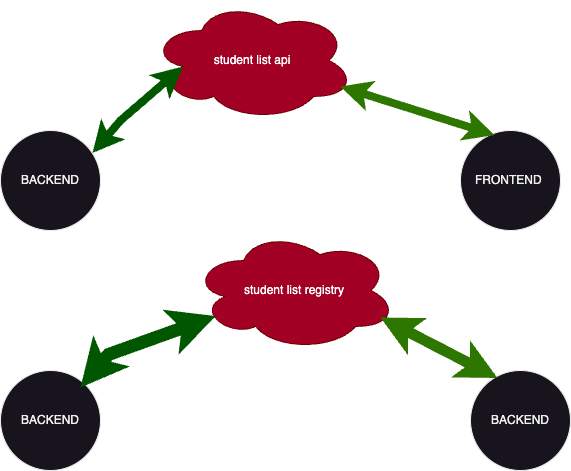
This is diagramme_infrastructure.png from MousMaster/Docker, a draw.io export, as it was before one commit. Source tidied: cells renumbered, new cells last; positions are measured from the earlier drawing's top-left corner, leaving out a move shared by most shapes.
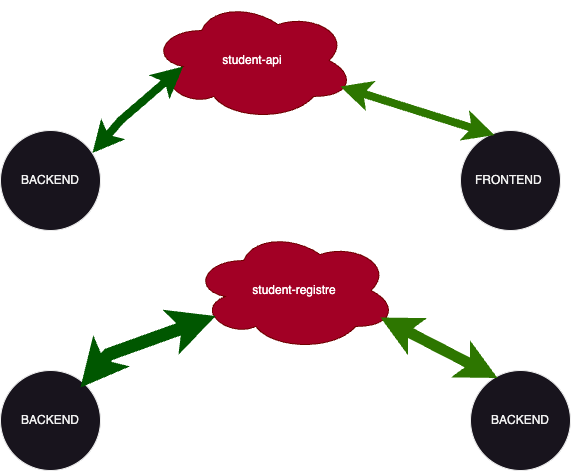
After the change.

The edit, as a diff of the source:
```diff
@@ -8,7 +8,7 @@
     <mxCell id="3" value="FRONTEND&amp;nbsp;&lt;br&gt;" style="ellipse;whiteSpace=wrap;html=1;" parent="1" vertex="1">
       <mxGeometry x="460" y="130" width="100" height="100" as="geometry" />
     </mxCell>
-    <mxCell id="4" value="student list api" style="ellipse;shape=cloud;whiteSpace=wrap;html=1;fillColor=#a20025;fontColor=#ffffff;strokeColor=#6F0000;" parent="1" vertex="1">
+    <mxCell id="4" value="student-api" style="ellipse;shape=cloud;whiteSpace=wrap;html=1;fillColor=#a20025;fontColor=#ffffff;strokeColor=#6F0000;" parent="1" vertex="1">
       <mxGeometry x="150" width="204" height="120" as="geometry" />
     </mxCell>
     <mxCell id="5" style="endArrow=classic;startArrow=classic;html=1;rounded=0;entryX=0.16;entryY=0.55;entryDx=0;entryDy=0;entryPerimeter=0;exitX=0.92;exitY=0.225;exitDx=0;exitDy=0;exitPerimeter=0;fillColor=#008a00;strokeColor=#005700;strokeWidth=8;" parent="1" edge="1" source="2" target="4">
@@ -23,7 +23,7 @@
         <mxPoint x="340" y="86" as="sourcePoint" />
       </mxGeometry>
     </mxCell>
-    <mxCell id="7" value="student list registry" style="ellipse;shape=cloud;whiteSpace=wrap;html=1;fillColor=#a20025;fontColor=#ffffff;strokeColor=#6F0000;" parent="1" vertex="1">
+    <mxCell id="7" value="student-registre" style="ellipse;shape=cloud;whiteSpace=wrap;html=1;fillColor=#a20025;fontColor=#ffffff;strokeColor=#6F0000;" parent="1" vertex="1">
       <mxGeometry x="192" y="230" width="204" height="120" as="geometry" />
     </mxCell>
     <mxCell id="8" value="BACKEND" style="ellipse;whiteSpace=wrap;html=1;" parent="1" vertex="1">
```
